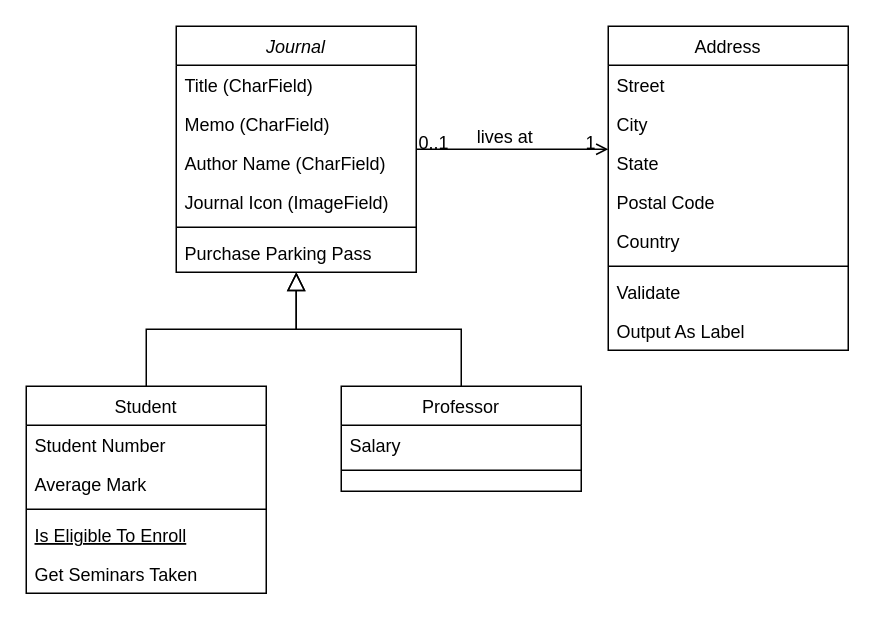
Above: docs/Class Diagram.drawio in wycre/cs3300-journaling (draw.io), before the change. Source tidied: cells renumbered, new cells numbered last; positions are measured from the earlier drawing's top-left corner, leaving out a move shared by most shapes. Both pictures are drawn from the tidied source at 150%, with x=0, y=0 at pixel (26, 26).
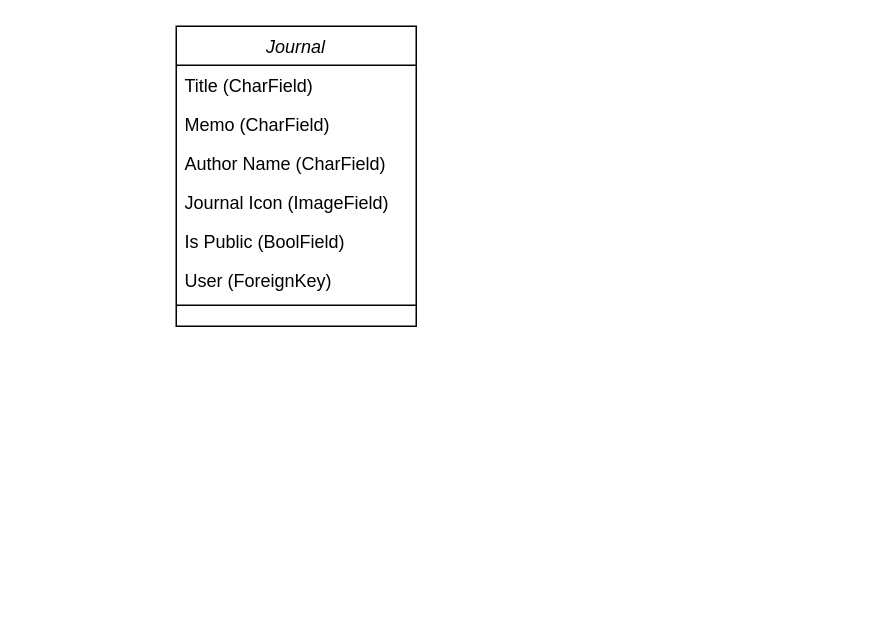
After the change.

Diff of the diagram source:
```diff
@@
     <mxCell id="2" value="Journal&#10;" style="swimlane;fontStyle=2;align=center;verticalAlign=top;horizontal=1;startSize=26;rounded=0;shadow=0;strokeWidth=1;" parent="1" vertex="1">
-      <mxGeometry x="100" width="160" height="164" as="geometry" />
+      <mxGeometry x="100" width="160" height="200" as="geometry" />
     </mxCell>
@@
+    <mxCell id="33" value="Is Public (BoolField)" style="text;align=left;verticalAlign=top;spacingLeft=4;spacingRight=4;overflow=hidden;rounded=0;shadow=0;html=0;" parent="2" vertex="1">
+      <mxGeometry y="130" width="160" height="26" as="geometry" />
+    </mxCell>
+    <mxCell id="34" value="User (ForeignKey)" style="text;align=left;verticalAlign=top;spacingLeft=4;spacingRight=4;overflow=hidden;rounded=0;shadow=0;html=0;" parent="2" vertex="1">
+      <mxGeometry y="156" width="160" height="26" as="geometry" />
+    </mxCell>
     <mxCell id="7" style="line;html=1;strokeWidth=1;align=left;verticalAlign=middle;spacingTop=-1;spacingLeft=3;spacingRight=3;labelPosition=right;" parent="2" vertex="1">
-      <mxGeometry y="130" width="160" height="8" as="geometry" />
+      <mxGeometry y="182" width="160" height="8" as="geometry" />
     </mxCell>
-    <mxCell id="8" value="Purchase Parking Pass" style="text;align=left;verticalAlign=top;spacingLeft=4;spacingRight=4;overflow=hidden;" parent="2" vertex="1">
-      <mxGeometry y="138" width="160" height="26" as="geometry" />
-    </mxCell>
-    <mxCell id="9" value="Student" style="swimlane;fontStyle=0;align=center;verticalAlign=top;horizontal=1;startSize=26;rounded=0;shadow=0;strokeWidth=1;" parent="1" vertex="1">
-      <mxGeometry y="240" width="160" height="138" as="geometry" />
-    </mxCell>
-    <mxCell id="10" value="Student Number" style="text;align=left;verticalAlign=top;spacingLeft=4;spacingRight=4;overflow=hidden;" parent="9" vertex="1">
-      <mxGeometry y="26" width="160" height="26" as="geometry" />
-    </mxCell>
-    <mxCell id="11" value="Average Mark" style="text;align=left;verticalAlign=top;spacingLeft=4;spacingRight=4;overflow=hidden;rounded=0;shadow=0;html=0;" parent="9" vertex="1">
-      <mxGeometry y="52" width="160" height="26" as="geometry" />
-    </mxCell>
-    <mxCell id="12" style="line;html=1;strokeWidth=1;align=left;verticalAlign=middle;spacingTop=-1;spacingLeft=3;spacingRight=3;labelPosition=right;" parent="9" vertex="1">
-      <mxGeometry y="78" width="160" height="8" as="geometry" />
-    </mxCell>
-    <mxCell id="13" value="Is Eligible To Enroll" style="text;align=left;verticalAlign=top;spacingLeft=4;spacingRight=4;overflow=hidden;fontStyle=4;" parent="9" vertex="1">
-      <mxGeometry y="86" width="160" height="26" as="geometry" />
-    </mxCell>
-    <mxCell id="14" value="Get Seminars Taken" style="text;align=left;verticalAlign=top;spacingLeft=4;spacingRight=4;overflow=hidden;" parent="9" vertex="1">
-      <mxGeometry y="112" width="160" height="26" as="geometry" />
-    </mxCell>
-    <mxCell id="15" style="endArrow=block;endSize=10;endFill=0;shadow=0;strokeWidth=1;rounded=0;curved=0;edgeStyle=elbowEdgeStyle;elbow=vertical;" parent="1" edge="1" source="9" target="2">
-      <mxGeometry relative="1" as="geometry" />
-    </mxCell>
-    <mxCell id="16" value="Professor" style="swimlane;fontStyle=0;align=center;verticalAlign=top;horizontal=1;startSize=26;rounded=0;shadow=0;strokeWidth=1;" parent="1" vertex="1">
-      <mxGeometry x="210" y="240" width="160" height="70" as="geometry" />
-    </mxCell>
-    <mxCell id="17" value="Salary" style="text;align=left;verticalAlign=top;spacingLeft=4;spacingRight=4;overflow=hidden;" parent="16" vertex="1">
-      <mxGeometry y="26" width="160" height="26" as="geometry" />
-    </mxCell>
-    <mxCell id="18" style="line;html=1;strokeWidth=1;align=left;verticalAlign=middle;spacingTop=-1;spacingLeft=3;spacingRight=3;labelPosition=right;" parent="16" vertex="1">
-      <mxGeometry y="52" width="160" height="8" as="geometry" />
-    </mxCell>
-    <mxCell id="19" style="endArrow=block;endSize=10;endFill=0;shadow=0;strokeWidth=1;rounded=0;curved=0;edgeStyle=elbowEdgeStyle;elbow=vertical;" parent="1" edge="1" source="16" target="2">
-      <mxGeometry relative="1" as="geometry" />
-    </mxCell>
-    <mxCell id="20" value="Address" style="swimlane;fontStyle=0;align=center;verticalAlign=top;horizontal=1;startSize=26;rounded=0;shadow=0;strokeWidth=1;" parent="1" vertex="1">
-      <mxGeometry x="388" width="160" height="216" as="geometry" />
-    </mxCell>
-    <mxCell id="21" value="Street" style="text;align=left;verticalAlign=top;spacingLeft=4;spacingRight=4;overflow=hidden;" parent="20" vertex="1">
-      <mxGeometry y="26" width="160" height="26" as="geometry" />
-    </mxCell>
-    <mxCell id="22" value="City" style="text;align=left;verticalAlign=top;spacingLeft=4;spacingRight=4;overflow=hidden;rounded=0;shadow=0;html=0;" parent="20" vertex="1">
-      <mxGeometry y="52" width="160" height="26" as="geometry" />
-    </mxCell>
-    <mxCell id="23" value="State" style="text;align=left;verticalAlign=top;spacingLeft=4;spacingRight=4;overflow=hidden;rounded=0;shadow=0;html=0;" parent="20" vertex="1">
-      <mxGeometry y="78" width="160" height="26" as="geometry" />
-    </mxCell>
-    <mxCell id="24" value="Postal Code" style="text;align=left;verticalAlign=top;spacingLeft=4;spacingRight=4;overflow=hidden;rounded=0;shadow=0;html=0;" parent="20" vertex="1">
-      <mxGeometry y="104" width="160" height="26" as="geometry" />
-    </mxCell>
-    <mxCell id="25" value="Country" style="text;align=left;verticalAlign=top;spacingLeft=4;spacingRight=4;overflow=hidden;rounded=0;shadow=0;html=0;" parent="20" vertex="1">
-      <mxGeometry y="130" width="160" height="26" as="geometry" />
-    </mxCell>
-    <mxCell id="26" style="line;html=1;strokeWidth=1;align=left;verticalAlign=middle;spacingTop=-1;spacingLeft=3;spacingRight=3;labelPosition=right;" parent="20" vertex="1">
-      <mxGeometry y="156" width="160" height="8" as="geometry" />
-    </mxCell>
-    <mxCell id="27" value="Validate" style="text;align=left;verticalAlign=top;spacingLeft=4;spacingRight=4;overflow=hidden;" parent="20" vertex="1">
-      <mxGeometry y="164" width="160" height="26" as="geometry" />
-    </mxCell>
-    <mxCell id="28" value="Output As Label" style="text;align=left;verticalAlign=top;spacingLeft=4;spacingRight=4;overflow=hidden;" parent="20" vertex="1">
-      <mxGeometry y="190" width="160" height="26" as="geometry" />
-    </mxCell>
-    <mxCell id="29" style="endArrow=open;shadow=0;strokeWidth=1;rounded=0;curved=0;endFill=1;edgeStyle=elbowEdgeStyle;elbow=vertical;" parent="1" edge="1" source="2" target="20">
-      <mxGeometry x="0.5" y="41" relative="1" as="geometry">
-        <mxPoint x="-40" y="32" as="offset" />
-      </mxGeometry>
-    </mxCell>
-    <mxCell id="30" value="0..1" style="align=left;verticalAlign=bottom;labelBackgroundColor=none;fontSize=12;" parent="29" vertex="1">
-      <mxGeometry x="-1" relative="1" as="geometry">
-        <mxPoint y="4" as="offset" />
-      </mxGeometry>
-    </mxCell>
-    <mxCell id="31" value="1" style="align=right;verticalAlign=bottom;labelBackgroundColor=none;fontSize=12;" parent="29" vertex="1">
-      <mxGeometry x="1" relative="1" as="geometry">
-        <mxPoint x="-7" y="4" as="offset" />
-      </mxGeometry>
-    </mxCell>
-    <mxCell id="32" value="lives at" style="text;html=1;align=center;verticalAlign=middle;labelBackgroundColor=none;rounded=0;shadow=0;strokeWidth=1;fontSize=12;" parent="29" vertex="1">
-      <mxGeometry x="0.5" y="49" relative="1" as="geometry">
-        <mxPoint x="-38" y="40" as="offset" />
-      </mxGeometry>
-    </mxCell>
```
